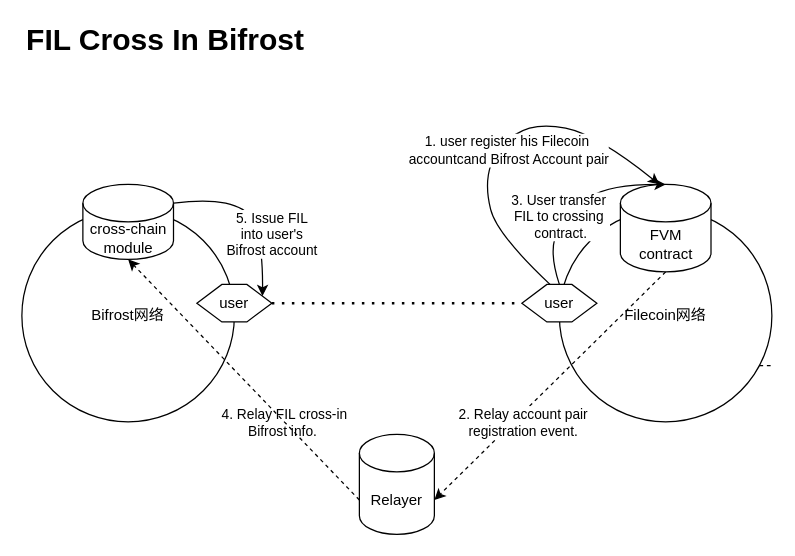
Before: vfil-crossin-multisig.drawio in herryho/flowchars, a draw.io diagram. Source tidied: cells renumbered, new cells numbered last; positions are measured from the earlier drawing's top-left corner, leaving out a move shared by most shapes. Both pictures are drawn from the tidied source at 125%, with x=0, y=0 at pixel (21, 21).
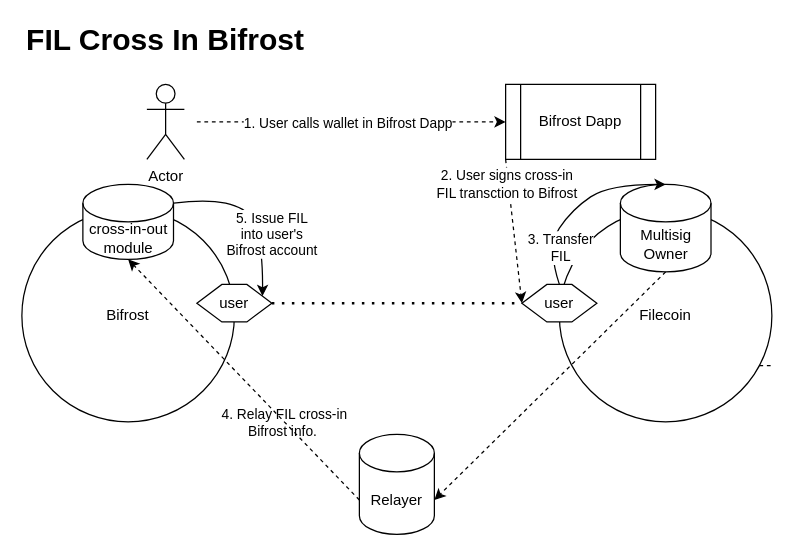
The same page after the edit.

The change refers to these unchanged cells:
```xml
<mxCell id="5" value="user" style="shape=hexagon;perimeter=hexagonPerimeter2;whiteSpace=wrap;html=1;fixedSize=1;" parent="1" vertex="1">
  <mxGeometry x="400" y="210" width="60" height="30" as="geometry" />
</mxCell>
<mxCell id="11" style="curved=1;endArrow=classic;html=1;rounded=0;exitX=0.5;exitY=0;exitDx=0;exitDy=0;entryX=0.5;entryY=0;entryDx=0;entryDy=0;entryPerimeter=0;" parent="1" edge="1" source="5" target="7">
  <mxGeometry relative="1" as="geometry">
    <Array as="points">
      <mxPoint x="420" y="180" />
      <mxPoint x="440" y="150" />
      <mxPoint x="470" y="130" />
    </Array>
  </mxGeometry>
</mxCell>
<mxCell id="16" style="endArrow=classic;html=1;rounded=0;dashed=1;exitX=0.5;exitY=1;exitDx=0;exitDy=0;exitPerimeter=0;entryX=1;entryY=0;entryDx=0;entryDy=52.5;entryPerimeter=0;" parent="1" edge="1" source="7" target="14">
  <mxGeometry relative="1" as="geometry" />
</mxCell>
```

Change to the diagram source:
```diff
@@
-    <mxCell id="2" value="Bifrost网络" style="ellipse;whiteSpace=wrap;html=1;" parent="1" vertex="1">
+    <mxCell id="2" value="Bifrost" style="ellipse;whiteSpace=wrap;html=1;" parent="1" vertex="1">
       <mxGeometry y="150" width="170" height="170" as="geometry" />
     </mxCell>
-    <mxCell id="3" value="Filecoin网络" style="ellipse;whiteSpace=wrap;html=1;" parent="1" vertex="1">
+    <mxCell id="3" value="Filecoin" style="ellipse;whiteSpace=wrap;html=1;" parent="1" vertex="1">
       <mxGeometry x="430" y="150" width="170" height="170" as="geometry" />
     </mxCell>
@@
-    <mxCell id="7" value="FVM contract" style="shape=cylinder3;whiteSpace=wrap;html=1;boundedLbl=1;backgroundOutline=1;size=15;" parent="1" vertex="1">
+    <mxCell id="7" value="Multisig&lt;br&gt;Owner" style="shape=cylinder3;whiteSpace=wrap;html=1;boundedLbl=1;backgroundOutline=1;size=15;" parent="1" vertex="1">
       <mxGeometry x="478.8" y="130" width="72.5" height="70" as="geometry" />
     </mxCell>
-    <mxCell id="8" value="cross-chain module" style="shape=cylinder3;whiteSpace=wrap;html=1;boundedLbl=1;backgroundOutline=1;size=15;" parent="1" vertex="1">
+    <mxCell id="8" value="cross-in-out module" style="shape=cylinder3;whiteSpace=wrap;html=1;boundedLbl=1;backgroundOutline=1;size=15;" parent="1" vertex="1">
       <mxGeometry x="48.8" y="130" width="72.5" height="60" as="geometry" />
     </mxCell>
-    <mxCell id="9" style="curved=1;endArrow=classic;html=1;rounded=0;exitX=0.375;exitY=0;exitDx=0;exitDy=0;" parent="1" edge="1" source="5">
-      <mxGeometry relative="1" as="geometry">
-        <mxPoint x="510" y="130" as="targetPoint" />
-        <Array as="points">
-          <mxPoint x="380" y="170" />
-          <mxPoint x="370" y="130" />
-          <mxPoint x="380" y="100" />
-          <mxPoint x="410" y="80" />
-          <mxPoint x="460" y="90" />
-        </Array>
-      </mxGeometry>
-    </mxCell>
-    <mxCell id="10" value="1. user register his Filecoin&lt;br&gt;&amp;nbsp;accountcand Bifrost Account pair" style="edgeLabel;html=1;align=center;verticalAlign=middle;" parent="9" vertex="1">
-      <mxGeometry x="-0.27" y="9" relative="1" as="geometry">
-        <mxPoint x="25" y="-21" as="offset" />
-      </mxGeometry>
-    </mxCell>
@@
-    <mxCell id="12" value="3. User transfer&amp;nbsp;&lt;br&gt;FIL to crossing&amp;nbsp;&lt;br&gt;contract." style="edgeLabel;html=1;align=center;verticalAlign=middle;" parent="11" vertex="1">
+    <mxCell id="12" value="3. Transfer &lt;br&gt;FIL" style="edgeLabel;html=1;align=center;verticalAlign=middle;" parent="11" vertex="1">
       <mxGeometry x="-0.41" y="-3" relative="1" as="geometry">
-        <mxPoint x="1" y="-16" as="offset" />
+        <mxPoint x="1" y="9" as="offset" />
       </mxGeometry>
     </mxCell>
@@
-    <mxCell id="17" value="2. Relay account pair &lt;br&gt;registration event." style="edgeLabel;html=1;align=center;verticalAlign=middle;" parent="16" vertex="1">
-      <mxGeometry x="0.24" relative="1" as="geometry">
-        <mxPoint y="7" as="offset" />
-      </mxGeometry>
-    </mxCell>
@@
+    <mxCell id="21" value="Bifrost Dapp" style="shape=process;whiteSpace=wrap;html=1;backgroundOutline=1;" parent="1" vertex="1">
+      <mxGeometry x="387" y="50" width="120" height="60" as="geometry" />
+    </mxCell>
+    <mxCell id="22" value="Actor" style="shape=umlActor;verticalLabelPosition=bottom;verticalAlign=top;html=1;" parent="1" vertex="1">
+      <mxGeometry x="100" y="50" width="30" height="60" as="geometry" />
+    </mxCell>
+    <mxCell id="23" style="endArrow=classic;html=1;rounded=0;entryX=0;entryY=0.5;entryDx=0;entryDy=0;dashed=1;" parent="1" edge="1" target="21">
+      <mxGeometry relative="1" as="geometry">
+        <mxPoint x="140" y="80" as="sourcePoint" />
+      </mxGeometry>
+    </mxCell>
+    <mxCell id="24" value="1. User calls wallet in Bifrost Dapp" style="edgeLabel;html=1;align=center;verticalAlign=middle;" parent="23" vertex="1">
+      <mxGeometry x="-0.12" y="2" relative="1" as="geometry">
+        <mxPoint x="11" y="2" as="offset" />
+      </mxGeometry>
+    </mxCell>
+    <mxCell id="25" style="endArrow=classic;html=1;rounded=0;entryX=0;entryY=0.5;entryDx=0;entryDy=0;exitX=0;exitY=1;exitDx=0;exitDy=0;dashed=1;" parent="1" edge="1" source="21" target="5">
+      <mxGeometry relative="1" as="geometry" />
+    </mxCell>
+    <mxCell id="26" value="2. User signs cross-in&lt;br&gt;FIL transction to Bifrost" style="edgeLabel;html=1;align=center;verticalAlign=middle;" parent="25" vertex="1">
+      <mxGeometry x="-0.67" y="-2" relative="1" as="geometry" />
+    </mxCell>
```
